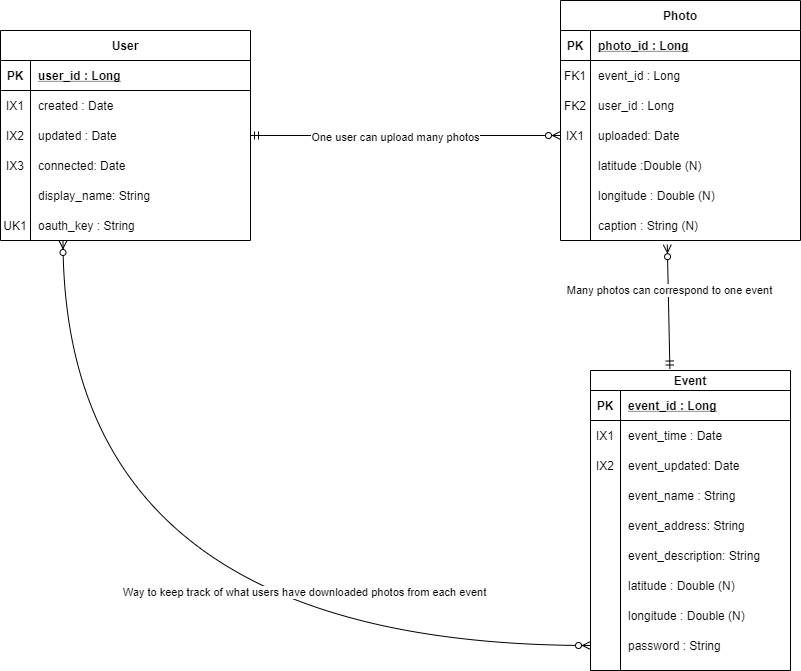
Above: docs/image/picmeERD.png in picme-gallery/picme-gallery-old.github.io (draw.io), before the change. Source tidied: cells renumbered, new cells last; positions are measured from the earlier drawing's top-left corner, leaving out a move shared by most shapes.
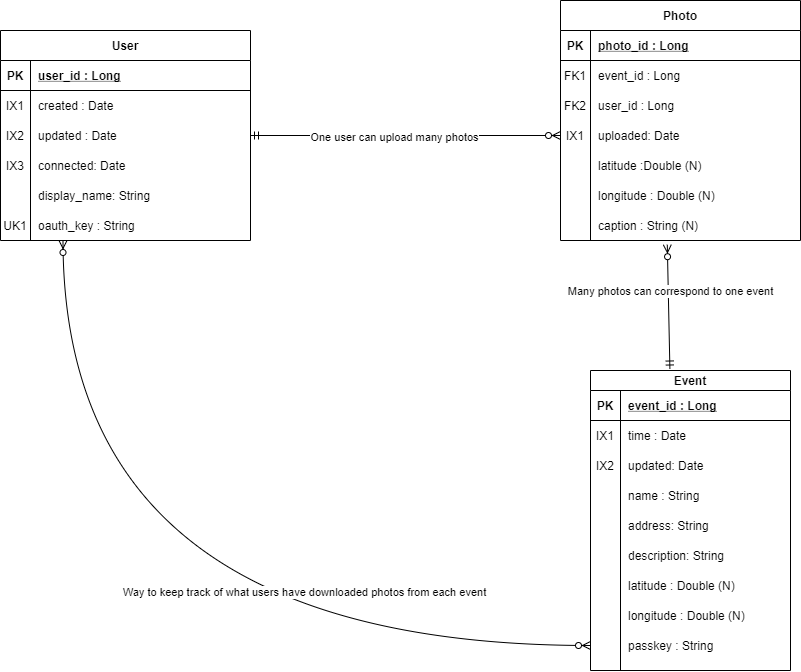
Above is the later version.

Diff of the diagram source:
```diff
@@ -158,7 +158,7 @@
     <mxCell id="53" value="IX1" style="shape=partialRectangle;fillColor=none;top=0;left=0;bottom=0;right=0;overflow=hidden;" parent="52" vertex="1">
       <mxGeometry width="30" height="30" as="geometry" />
     </mxCell>
-    <mxCell id="54" value="event_time : Date" style="shape=partialRectangle;fillColor=none;top=0;left=0;bottom=0;right=0;align=left;spacingLeft=6;overflow=hidden;" parent="52" vertex="1">
+    <mxCell id="54" value="time : Date" style="shape=partialRectangle;fillColor=none;top=0;left=0;bottom=0;right=0;align=left;spacingLeft=6;overflow=hidden;" parent="52" vertex="1">
       <mxGeometry x="30" width="170" height="30" as="geometry" />
     </mxCell>
     <mxCell id="55" style="shape=partialRectangle;fillColor=none;top=0;left=0;bottom=0;right=0;" parent="48" vertex="1">
@@ -167,7 +167,7 @@
     <mxCell id="56" value="IX2" style="shape=partialRectangle;fillColor=none;top=0;left=0;bottom=0;right=0;overflow=hidden;" parent="55" vertex="1">
       <mxGeometry width="30" height="30" as="geometry" />
     </mxCell>
-    <mxCell id="57" value="event_updated: Date" style="shape=partialRectangle;fillColor=none;top=0;left=0;bottom=0;right=0;align=left;spacingLeft=6;overflow=hidden;" parent="55" vertex="1">
+    <mxCell id="57" value="updated: Date" style="shape=partialRectangle;fillColor=none;top=0;left=0;bottom=0;right=0;align=left;spacingLeft=6;overflow=hidden;" parent="55" vertex="1">
       <mxGeometry x="30" width="170" height="30" as="geometry" />
     </mxCell>
     <mxCell id="58" style="shape=partialRectangle;fillColor=none;top=0;left=0;bottom=0;right=0;" parent="48" vertex="1">
@@ -176,7 +176,7 @@
     <mxCell id="59" style="shape=partialRectangle;fillColor=none;top=0;left=0;bottom=0;right=0;overflow=hidden;" parent="58" vertex="1">
       <mxGeometry width="30" height="30" as="geometry" />
     </mxCell>
-    <mxCell id="60" value="event_name : String" style="shape=partialRectangle;fillColor=none;top=0;left=0;bottom=0;right=0;align=left;spacingLeft=6;overflow=hidden;" parent="58" vertex="1">
+    <mxCell id="60" value="name : String" style="shape=partialRectangle;fillColor=none;top=0;left=0;bottom=0;right=0;align=left;spacingLeft=6;overflow=hidden;" parent="58" vertex="1">
       <mxGeometry x="30" width="170" height="30" as="geometry" />
     </mxCell>
     <mxCell id="61" style="shape=partialRectangle;fillColor=none;top=0;left=0;bottom=0;right=0;" parent="48" vertex="1">
@@ -185,7 +185,7 @@
     <mxCell id="62" style="shape=partialRectangle;fillColor=none;top=0;left=0;bottom=0;right=0;overflow=hidden;" parent="61" vertex="1">
       <mxGeometry width="30" height="30" as="geometry" />
     </mxCell>
-    <mxCell id="63" value="event_address: String" style="shape=partialRectangle;fillColor=none;top=0;left=0;bottom=0;right=0;align=left;spacingLeft=6;overflow=hidden;" parent="61" vertex="1">
+    <mxCell id="63" value="address: String" style="shape=partialRectangle;fillColor=none;top=0;left=0;bottom=0;right=0;align=left;spacingLeft=6;overflow=hidden;" parent="61" vertex="1">
       <mxGeometry x="30" width="170" height="30" as="geometry" />
     </mxCell>
     <mxCell id="64" style="shape=partialRectangle;fillColor=none;top=0;left=0;bottom=0;right=0;" parent="48" vertex="1">
@@ -194,7 +194,7 @@
     <mxCell id="65" style="shape=partialRectangle;fillColor=none;top=0;left=0;bottom=0;right=0;overflow=hidden;" parent="64" vertex="1">
       <mxGeometry width="30" height="30" as="geometry" />
     </mxCell>
-    <mxCell id="66" value="event_description: String" style="shape=partialRectangle;fillColor=none;top=0;left=0;bottom=0;right=0;align=left;spacingLeft=6;overflow=hidden;" parent="64" vertex="1">
+    <mxCell id="66" value="description: String" style="shape=partialRectangle;fillColor=none;top=0;left=0;bottom=0;right=0;align=left;spacingLeft=6;overflow=hidden;" parent="64" vertex="1">
       <mxGeometry x="30" width="170" height="30" as="geometry" />
     </mxCell>
     <mxCell id="67" style="shape=partialRectangle;fillColor=none;top=0;left=0;bottom=0;right=0;" parent="48" vertex="1">
@@ -221,7 +221,7 @@
     <mxCell id="74" style="shape=partialRectangle;fillColor=none;top=0;left=0;bottom=0;right=0;overflow=hidden;" parent="73" vertex="1">
       <mxGeometry width="30" height="30" as="geometry" />
     </mxCell>
-    <mxCell id="75" value="password : String" style="shape=partialRectangle;fillColor=none;top=0;left=0;bottom=0;right=0;align=left;spacingLeft=6;overflow=hidden;" parent="73" vertex="1">
+    <mxCell id="75" value="passkey : String" style="shape=partialRectangle;fillColor=none;top=0;left=0;bottom=0;right=0;align=left;spacingLeft=6;overflow=hidden;" parent="73" vertex="1">
       <mxGeometry x="30" width="170" height="30" as="geometry" />
     </mxCell>
     <mxCell id="76" style="fontSize=12;html=1;endArrow=ERzeroToMany;startArrow=ERmandOne;exitX=0.397;exitY=-0.005;exitDx=0;exitDy=0;exitPerimeter=0;entryX=0.445;entryY=1.14;entryDx=0;entryDy=0;entryPerimeter=0;" parent="1" edge="1" source="48" target="43">
```
